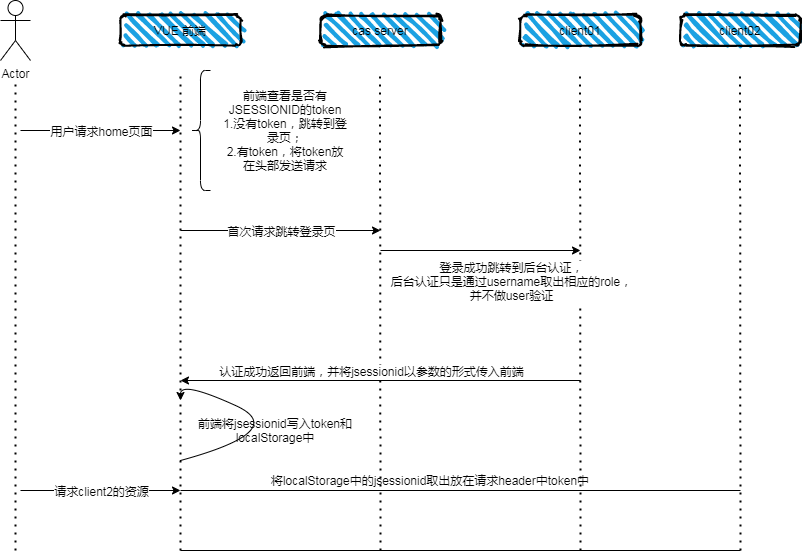
Before: casbpm.png, a diagram exported from draw.io (daofuzhang/demo). Source tidied: cells renumbered, new cells last; positions are measured from the earlier drawing's top-left corner, leaving out a move shared by most shapes.
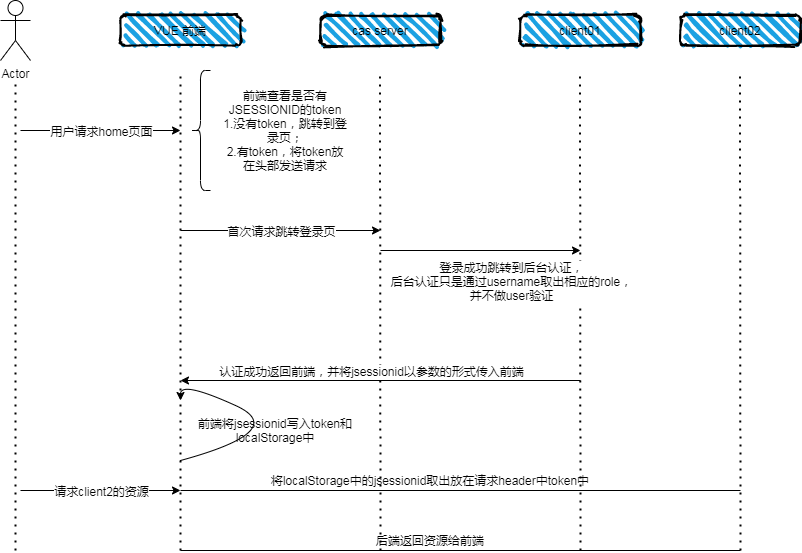
The same diagram one commit later.

The edit, as a diff of the source:
```diff
@@ -121,5 +121,8 @@
     <mxCell id="27" value="将localStorage中的jsessionid取出放在请求header中token中" style="text;html=1;strokeColor=none;fillColor=none;align=center;verticalAlign=middle;whiteSpace=wrap;rounded=0;" parent="1" vertex="1">
       <mxGeometry x="250" y="470" width="360" height="20" as="geometry" />
     </mxCell>
+    <mxCell id="28" value="后端返回资源给前端" style="text;html=1;strokeColor=none;fillColor=none;align=center;verticalAlign=middle;whiteSpace=wrap;rounded=0;" parent="1" vertex="1">
+      <mxGeometry x="270" y="530" width="320" height="20" as="geometry" />
+    </mxCell>
   </root>
 </mxGraphModel>
```
